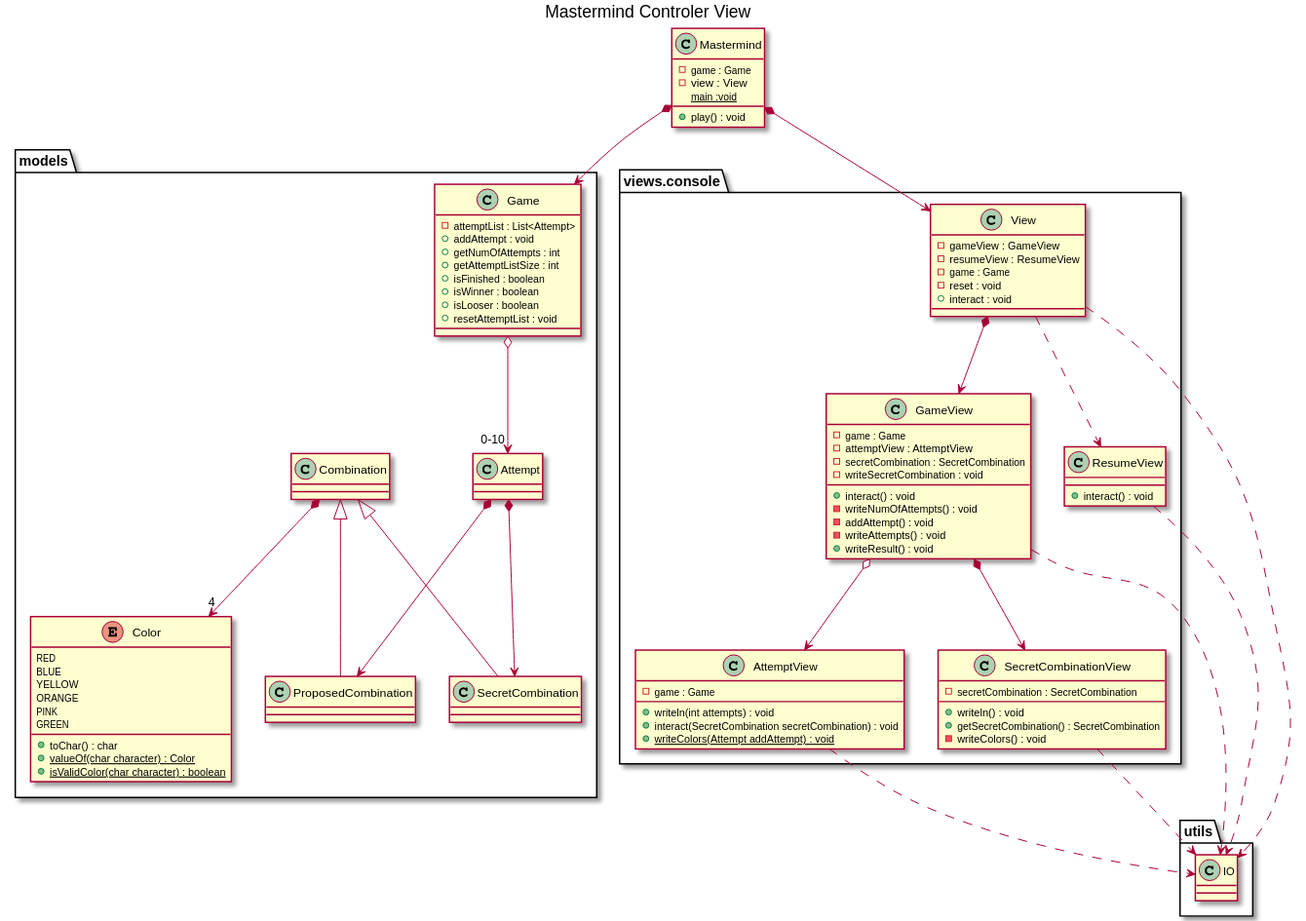
Above: Document View UML/mastermind_document_view.svg in Master-Desarrollo-20-21/diseno-oo-ejercicio2-mastermind-document-view-jumpering (PlantUML), before the change.
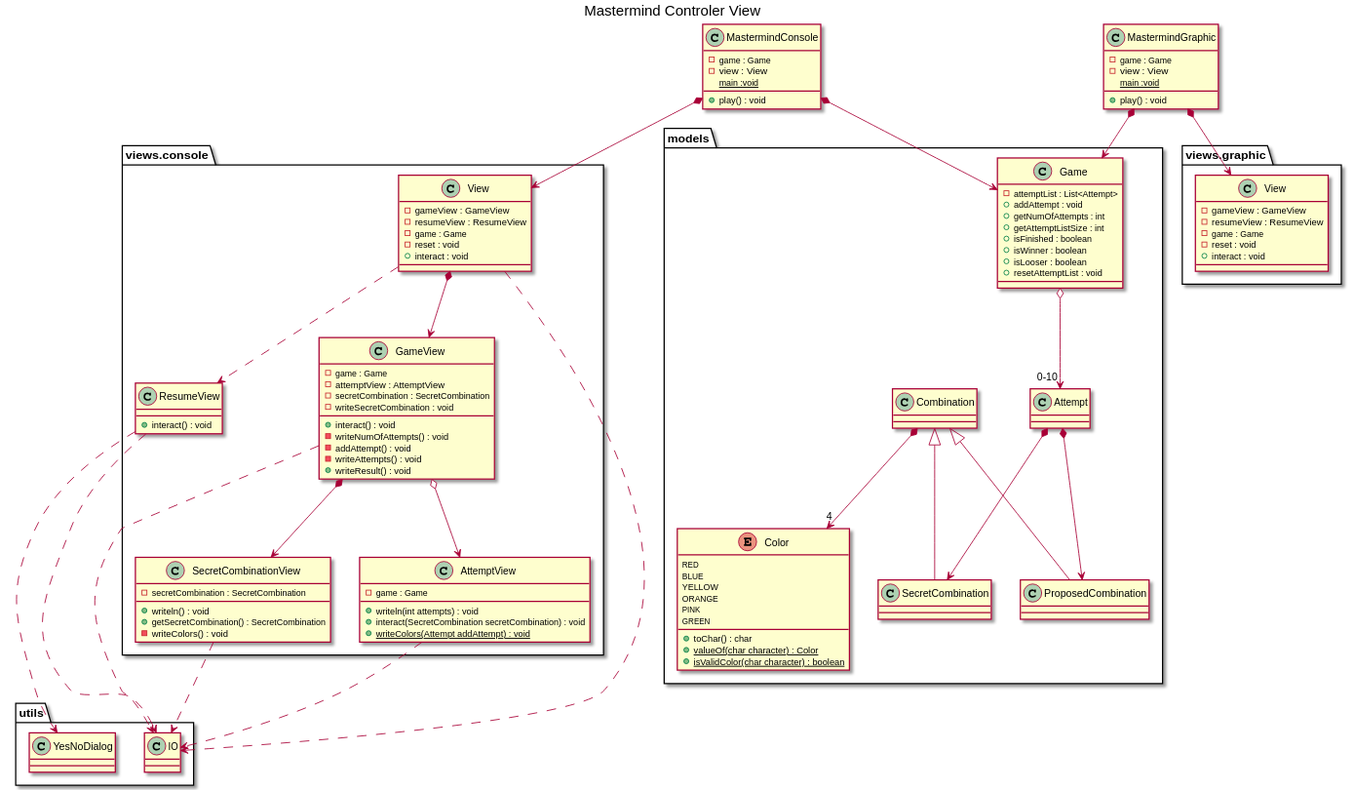
The same file after the commit.

Change to the diagram source:
```diff
@@ -2,15 +2,33 @@
 
 title Mastermind Controler View
 
-class Mastermind{
+class MastermindConsole{
 - game : Game
 - view : View
 + play() : void
 {static} main :void
 }
+MastermindConsole *--> models.Game
+MastermindConsole *--> views.console.View
+class MastermindGraphic{
+- game : Game
+- view : View
++ play() : void
+{static} main :void
+}
+MastermindGraphic *--> models.Game
+MastermindGraphic *--> views.graphic.View
 
-Mastermind *--> models.Game
-Mastermind *--> views.console.View
+
+namespace views.graphic{
+class View{
+- gameView : GameView
+- resumeView : ResumeView
+- game : Game
+- reset : void
++ interact : void
+}
+}
 namespace views.console{
 class View{
 - gameView : GameView
@@ -18,7 +36,6 @@
 - game : Game
 - reset : void
 + interact : void
-
 }
 class GameView{
 - game : Game
@@ -88,7 +105,7 @@
 views.console.ResumeView ..> IO
 views.console.SecretCombinationView ..> IO
 views.console.AttemptView ..> IO
-
+views.console.ResumeView ..> YesNoDialog
 
 }
 @enduml
```
